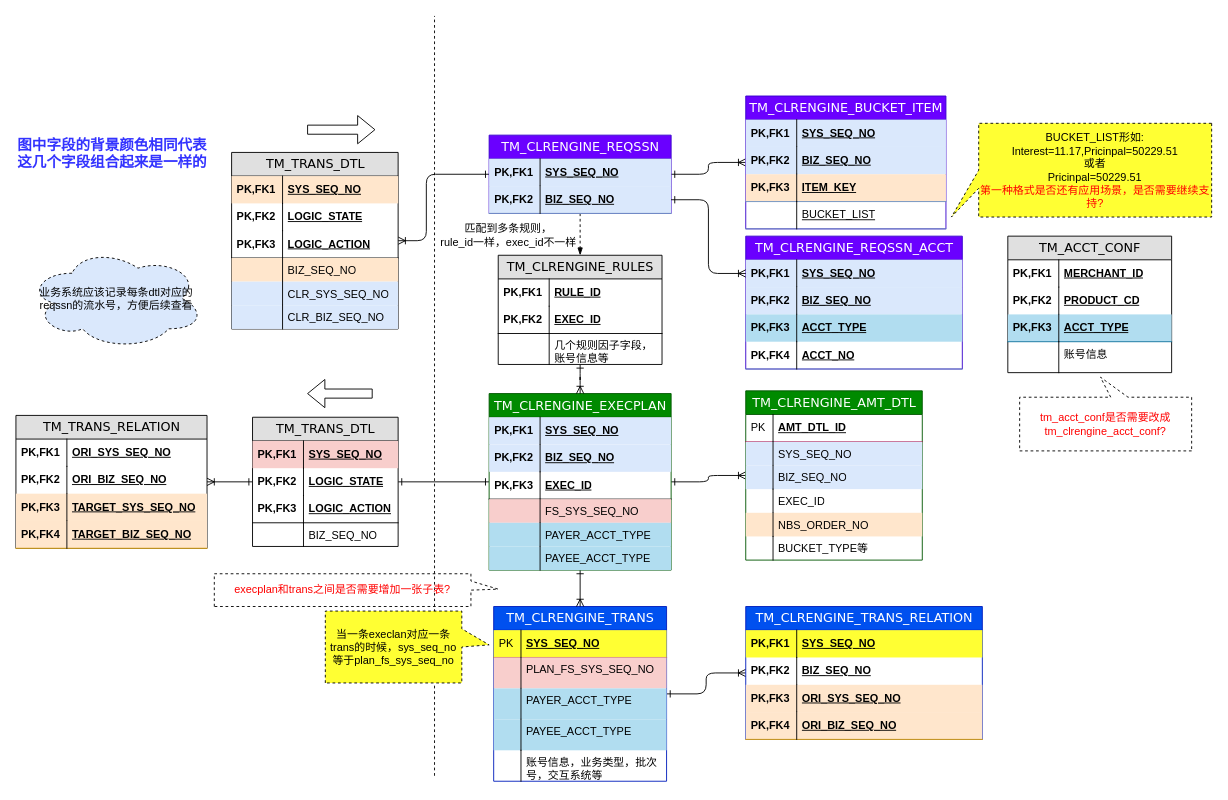
Above: 清算引擎数据结构图.drawio in staconfree/design (draw.io), before the change. Source tidied: cells renumbered, new cells numbered last; positions are measured from the earlier drawing's top-left corner, leaving out a move shared by most shapes. Both pictures are drawn from the tidied source at 91%, with x=0, y=0 at pixel (15, 15).
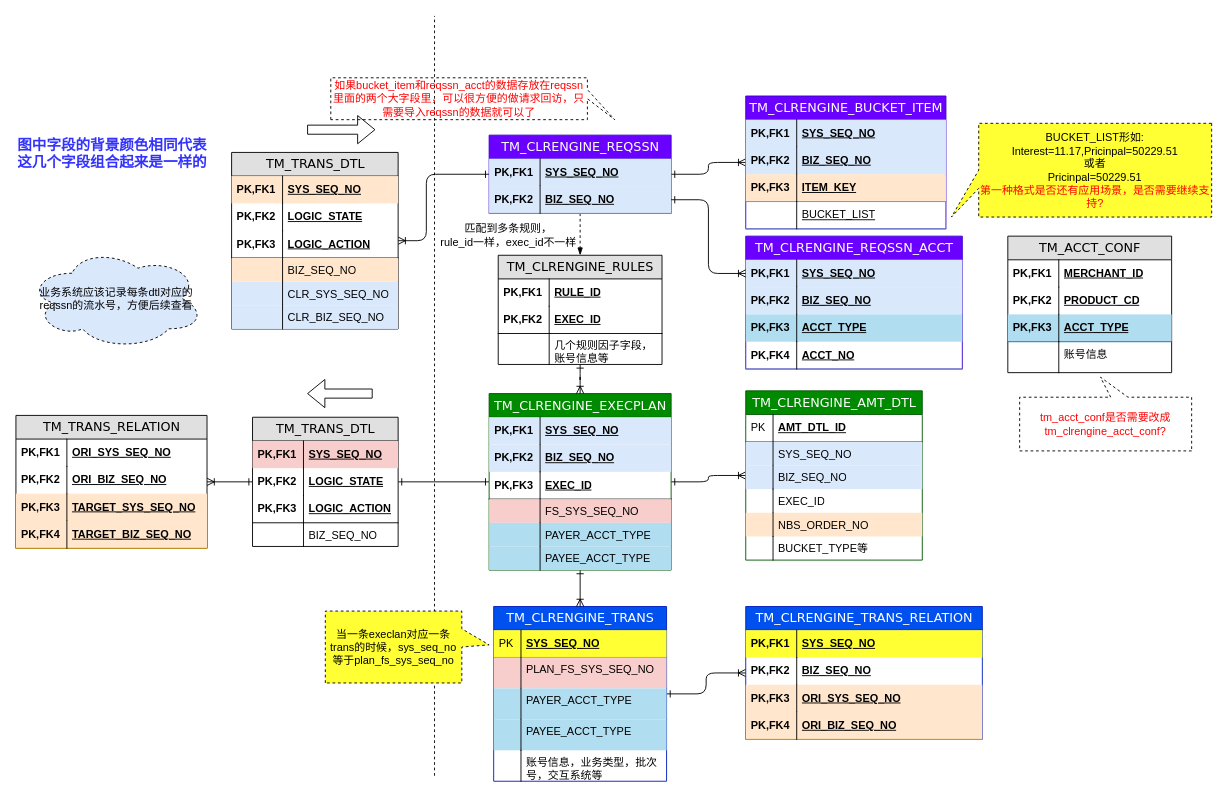
After the change.

Commit message:
更新清算引擎数据结构图.drawio

What changed in the source:
```diff
@@
-    <mxCell id="136" value="execplan和trans之间是否需要增加一张子表?" style="shape=callout;whiteSpace=wrap;html=1;perimeter=calloutPerimeter;fillColor=none;fontColor=#FF0000;position2=0.53;direction=north;dashed=1;base=10;" parent="1" vertex="1">
-      <mxGeometry x="218" y="613" width="312" height="36" as="geometry" />
+    <mxCell id="136" value="如果bucket_item和reqssn_acct的数据存放在reqssn里面的两个大字段里，可以很方便的做请求回访，只需要导入reqssn的数据就可以了" style="shape=callout;whiteSpace=wrap;html=1;perimeter=calloutPerimeter;fillColor=none;fontColor=#FF0000;position2=0;direction=north;dashed=1;base=10;" parent="1" vertex="1">
+      <mxGeometry x="346" y="68" width="312" height="46" as="geometry" />
     </mxCell>
```
